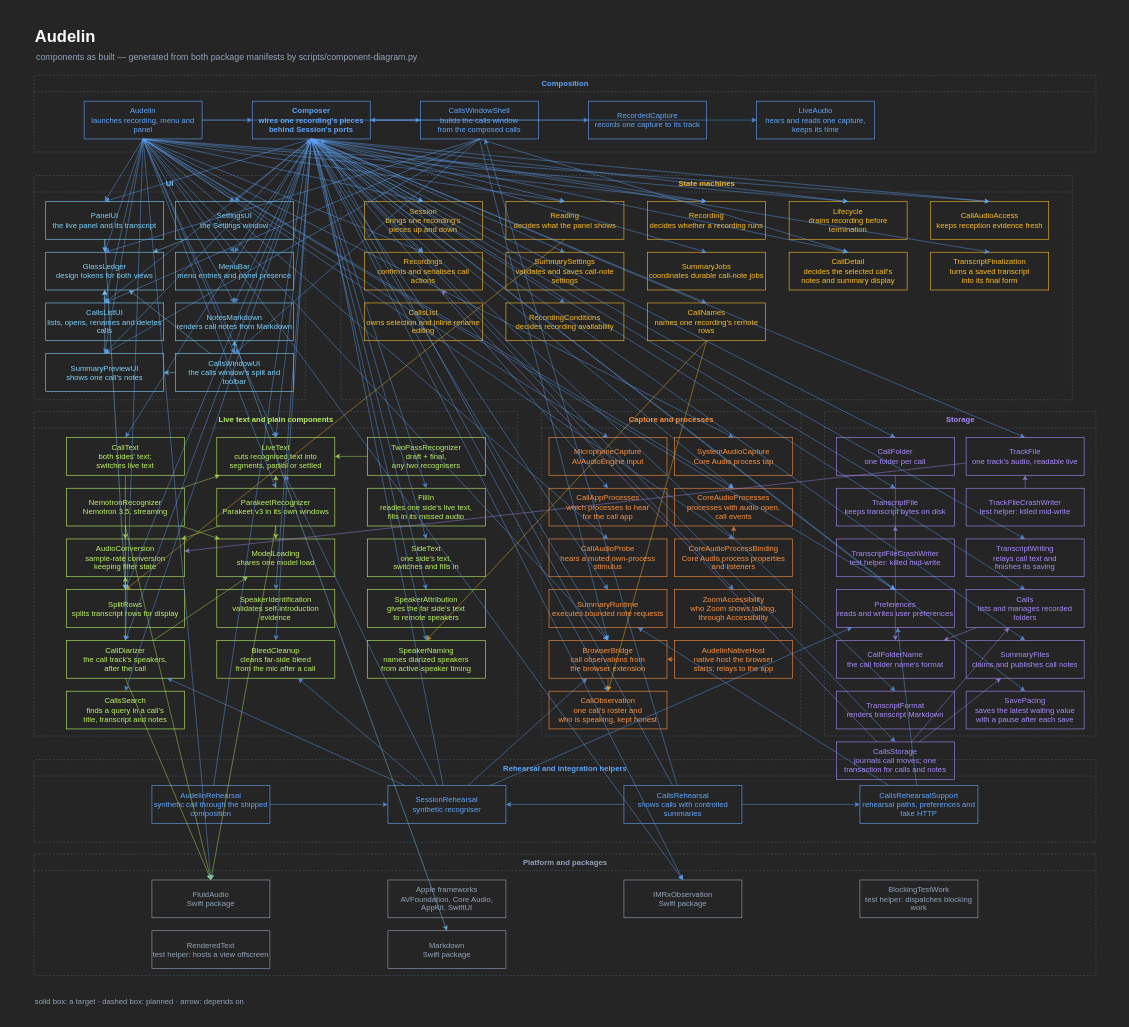
Above: audelin/docs/live-text.drawio in igor1309/ai-labs (draw.io), before the change. Source tidied: cells renumbered, new cells numbered last; positions are measured from the earlier drawing's top-left corner, leaving out a move shared by most shapes. Both pictures are drawn from the tidied source at 59%, with x=0, y=0 at pixel (10, 10).
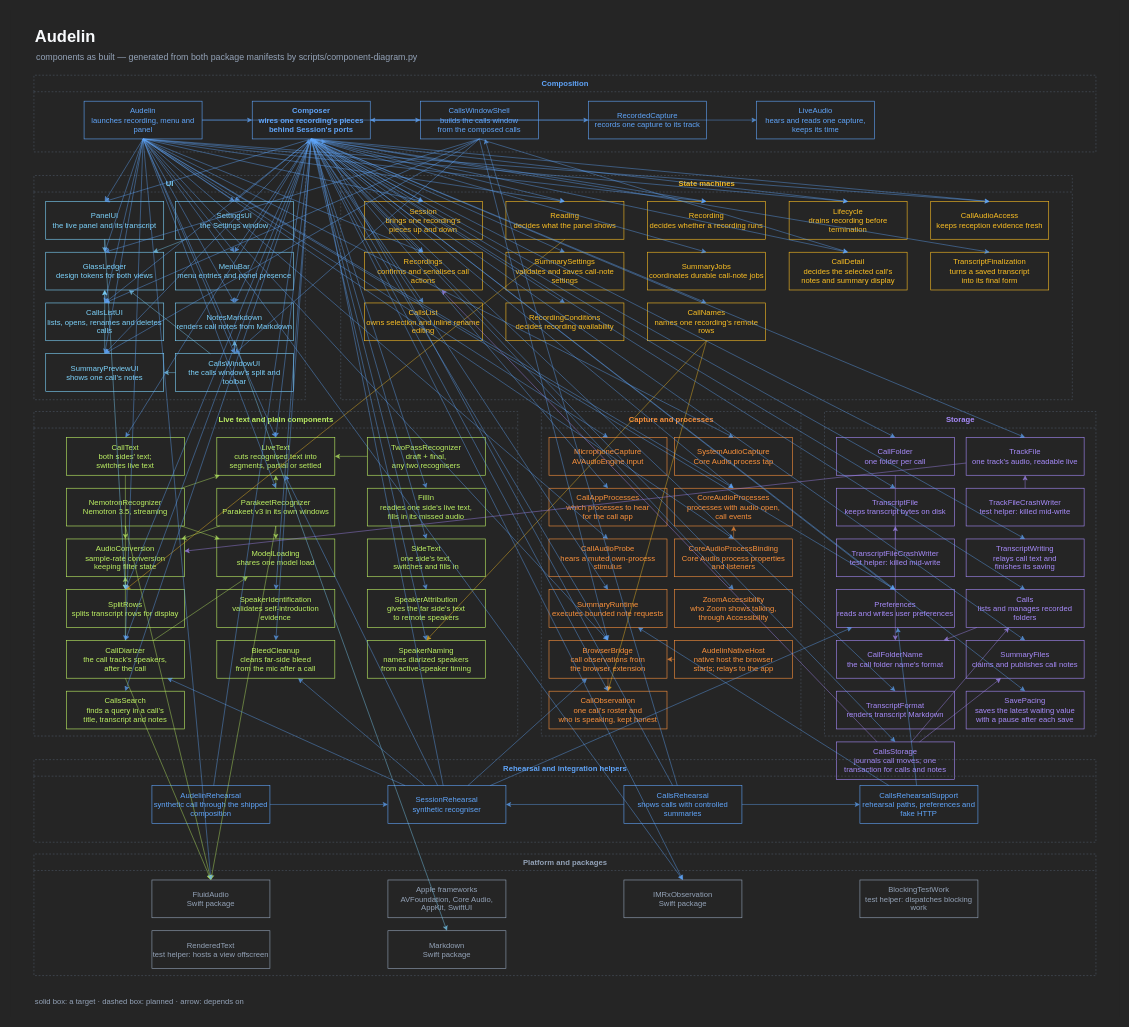
The same page after the edit.

The change refers to these unchanged cells:
```xml
<mxCell id="2" style="rounded=0;whiteSpace=wrap;html=1;fillColor=#252525;strokeColor=none;" parent="1" vertex="1">
<mxCell id="21" value="CallDiarizer&#10;the call track's speakers,&#10;after the call" style="rounded=0;whiteSpace=wrap;html=1;fillColor=#252525;strokeColor=#bef264;fontColor=#bef264;fontSize=13;" parent="9" vertex="1">
<mxCell id="22" value="ZoomAccessibility&#10;who Zoom shows talking,&#10;through Accessibility" style="rounded=0;whiteSpace=wrap;html=1;fillColor=#252525;strokeColor=#fb923c;fontColor=#fb923c;fontSize=13;" parent="10" vertex="1">
<mxCell id="25" value="CallObservation&#10;one call's roster and&#10;who is speaking, kept honest" style="rounded=0;whiteSpace=wrap;html=1;fillColor=#252525;strokeColor=#fb923c;fontColor=#fb923c;fontSize=13;" parent="10" vertex="1">
<mxCell id="26" value="SpeakerNaming&#10;names diarized speakers&#10;from active-speaker timing" style="rounded=0;whiteSpace=wrap;html=1;fillColor=#252525;strokeColor=#bef264;fontColor=#bef264;fontSize=13;" parent="9" vertex="1">
<mxCell id="34" value="RecordedCapture&#10;records one capture to its track" style="rounded=0;whiteSpace=wrap;html=1;fillColor=#252525;strokeColor=#60a5fa;fontColor=#60a5fa;fontSize=13;" parent="6" vertex="1">
<mxCell id="35" value="LiveAudio&#10;hears and reads one capture,&#10;keeps its time" style="rounded=0;whiteSpace=wrap;html=1;fillColor=#252525;strokeColor=#60a5fa;fontColor=#60a5fa;fontSize=13;" parent="6" vertex="1">
<mxCell id="36" value="Composer&#10;wires one recording's pieces&#10;behind Session's ports" style="rounded=0;whiteSpace=wrap;html=1;fillColor=#252525;strokeColor=#60a5fa;fontColor=#60a5fa;fontSize=13;fontStyle=1;" parent="6" vertex="1">
<mxCell id="37" value="Reading&#10;decides what the panel shows" style="rounded=0;whiteSpace=wrap;html=1;fillColor=#252525;strokeColor=#fbbf24;fontColor=#fbbf24;fontSize=13;" parent="8" vertex="1">
<mxCell id="39" value="CallsListUI&#10;lists, opens, renames and deletes calls" style="rounded=0;whiteSpace=wrap;html=1;fillColor=#252525;strokeColor=#7dd3fc;fontColor=#7dd3fc;fontSize=13;" parent="7" vertex="1">
<mxCell id="40" value="NotesMarkdown&#10;renders call notes from Markdown" style="rounded=0;whiteSpace=wrap;html=1;fillColor=#252525;strokeColor=#7dd3fc;fontColor=#7dd3fc;fontSize=13;" parent="7" vertex="1">
<mxCell id="43" value="Recordings&#10;confirms and serialises call actions" style="rounded=0;whiteSpace=wrap;html=1;fillColor=#252525;strokeColor=#fbbf24;fontColor=#fbbf24;fontSize=13;" parent="8" vertex="1">
<mxCell id="47" value="PanelUI&#10;the live panel and its transcript" style="rounded=0;whiteSpace=wrap;html=1;fillColor=#252525;strokeColor=#7dd3fc;fontColor=#7dd3fc;fontSize=13;" parent="7" vertex="1">
<mxCell id="50" value="MenuBar&#10;menu entries and panel presence" style="rounded=0;whiteSpace=wrap;html=1;fillColor=#252525;strokeColor=#7dd3fc;fontColor=#7dd3fc;fontSize=13;" parent="7" vertex="1">
<mxCell id="51" value="TranscriptFinalization&#10;turns a saved transcript&#10;into its final form" style="rounded=0;whiteSpace=wrap;html=1;fillColor=#252525;strokeColor=#fbbf24;fontColor=#fbbf24;fontSize=13;" parent="8" vertex="1">
<mxCell id="52" value="Lifecycle&#10;drains recording before termination" style="rounded=0;whiteSpace=wrap;html=1;fillColor=#252525;strokeColor=#fbbf24;fontColor=#fbbf24;fontSize=13;" parent="8" vertex="1">
<mxCell id="54" value="CallsList&#10;owns selection and inline rename editing" style="rounded=0;whiteSpace=wrap;html=1;fillColor=#252525;strokeColor=#fbbf24;fontColor=#fbbf24;fontSize=13;" parent="8" vertex="1">
<mxCell id="56" value="CallNames&#10;names one recording's remote rows" style="rounded=0;whiteSpace=wrap;html=1;fillColor=#252525;strokeColor=#fbbf24;fontColor=#fbbf24;fontSize=13;" parent="8" vertex="1">
<mxCell id="57" value="CallAudioAccess&#10;keeps reception evidence fresh" style="rounded=0;whiteSpace=wrap;html=1;fillColor=#252525;strokeColor=#fbbf24;fontColor=#fbbf24;fontSize=13;" parent="8" vertex="1">
<mxCell id="58" value="Recording&#10;decides whether a recording runs" style="rounded=0;whiteSpace=wrap;html=1;fillColor=#252525;strokeColor=#fbbf24;fontColor=#fbbf24;fontSize=13;" parent="8" vertex="1">
<mxCell id="59" value="Session&#10;brings one recording's&#10;pieces up and down" style="rounded=0;whiteSpace=wrap;html=1;fillColor=#252525;strokeColor=#fbbf24;fontColor=#fbbf24;fontSize=13;" parent="8" vertex="1">
<mxCell id="60" value="CallFolder&#10;one folder per call" style="rounded=0;whiteSpace=wrap;html=1;fillColor=#252525;strokeColor=#a78bfa;fontColor=#a78bfa;fontSize=13;" parent="11" vertex="1">
<mxCell id="61" value="TrackFile&#10;one track's audio, readable live" style="rounded=0;whiteSpace=wrap;html=1;fillColor=#252525;strokeColor=#a78bfa;fontColor=#a78bfa;fontSize=13;" parent="11" vertex="1">
<mxCell id="62" value="TranscriptFormat&#10;renders transcript Markdown" style="rounded=0;whiteSpace=wrap;html=1;fillColor=#252525;strokeColor=#a78bfa;fontColor=#a78bfa;fontSize=13;" parent="11" vertex="1">
<mxCell id="63" value="TranscriptFile&#10;keeps transcript bytes on disk" style="rounded=0;whiteSpace=wrap;html=1;fillColor=#252525;strokeColor=#a78bfa;fontColor=#a78bfa;fontSize=13;" parent="11" vertex="1">
<mxCell id="66" value="TranscriptWriting&#10;relays call text and&#10;finishes its saving" style="rounded=0;whiteSpace=wrap;html=1;fillColor=#252525;strokeColor=#a78bfa;fontColor=#a78bfa;fontSize=13;" parent="11" vertex="1">
<mxCell id="67" value="SavePacing&#10;saves the latest waiting value&#10;with a pause after each save" style="rounded=0;whiteSpace=wrap;html=1;fillColor=#252525;strokeColor=#a78bfa;fontColor=#a78bfa;fontSize=13;" parent="11" vertex="1">
<mxCell id="69" value="Preferences&#10;reads and writes user preferences" style="rounded=0;whiteSpace=wrap;html=1;fillColor=#252525;strokeColor=#a78bfa;fontColor=#a78bfa;fontSize=13;" parent="11" vertex="1">
<mxCell id="70" value="CallText&#10;both sides' text;&#10;switches live text" style="rounded=0;whiteSpace=wrap;html=1;fillColor=#252525;strokeColor=#bef264;fontColor=#bef264;fontSize=13;" parent="9" vertex="1">
<mxCell id="71" value="LiveText&#10;cuts recognised text into&#10;segments, partial or settled" style="rounded=0;whiteSpace=wrap;html=1;fillColor=#252525;strokeColor=#bef264;fontColor=#bef264;fontSize=13;" parent="9" vertex="1">
<mxCell id="75" value="SideText&#10;one side's text,&#10;switches and fills in" style="rounded=0;whiteSpace=wrap;html=1;fillColor=#252525;strokeColor=#bef264;fontColor=#bef264;fontSize=13;" parent="9" vertex="1">
<mxCell id="76" value="SplitRows&#10;splits transcript rows for display" style="rounded=0;whiteSpace=wrap;html=1;fillColor=#252525;strokeColor=#bef264;fontColor=#bef264;fontSize=13;" parent="9" vertex="1">
<mxCell id="77" value="FillIn&#10;readies one side's live text,&#10;fills in its missed audio" style="rounded=0;whiteSpace=wrap;html=1;fillColor=#252525;strokeColor=#bef264;fontColor=#bef264;fontSize=13;" parent="9" vertex="1">
<mxCell id="83" value="CoreAudioProcesses&#10;processes with audio open,&#10;call events" style="rounded=0;whiteSpace=wrap;html=1;fillColor=#252525;strokeColor=#fb923c;fontColor=#fb923c;fontSize=13;" parent="10" vertex="1">
<mxCell id="85" value="CallAppProcesses&#10;which processes to hear&#10;for the call app" style="rounded=0;whiteSpace=wrap;html=1;fillColor=#252525;strokeColor=#fb923c;fontColor=#fb923c;fontSize=13;" parent="10" vertex="1">
```

The edit, as a diff of the source:
```diff
@@
-    <mxCell id="191" style="exitX=0.5;exitY=1;entryX=0.5;entryY=0;edgeStyle=none;rounded=0;html=1;strokeColor=#60a5fa;opacity=70;endArrow=classic;endFill=1;" parent="2" edge="1" source="36" target="43">
+    <mxCell id="191" style="exitX=0.5;exitY=1;entryX=0.5;entryY=0;edgeStyle=none;rounded=0;html=1;strokeColor=#60a5fa;opacity=70;endArrow=classic;endFill=1;" parent="2" edge="1" source="36" target="54">
       <mxGeometry relative="1" as="geometry" />
     </mxCell>
-    <mxCell id="192" style="exitX=0.5;exitY=1;entryX=0.5;entryY=0;edgeStyle=none;rounded=0;html=1;strokeColor=#60a5fa;opacity=70;endArrow=classic;endFill=1;" parent="2" edge="1" source="36" target="39">
+    <mxCell id="192" style="exitX=0.5;exitY=1;entryX=0.5;entryY=0;edgeStyle=none;rounded=0;html=1;strokeColor=#60a5fa;opacity=70;endArrow=classic;endFill=1;" parent="2" edge="1" source="36" target="43">
       <mxGeometry relative="1" as="geometry" />
     </mxCell>
-    <mxCell id="193" style="exitX=0.5;exitY=1;entryX=0.5;entryY=0;edgeStyle=none;rounded=0;html=1;strokeColor=#60a5fa;opacity=70;endArrow=classic;endFill=1;" parent="2" edge="1" source="36" target="40">
+    <mxCell id="193" style="exitX=0.5;exitY=1;entryX=0.5;entryY=0;edgeStyle=none;rounded=0;html=1;strokeColor=#60a5fa;opacity=70;endArrow=classic;endFill=1;" parent="2" edge="1" source="36" target="39">
       <mxGeometry relative="1" as="geometry" />
     </mxCell>
-    <mxCell id="194" style="exitX=0.5;exitY=1;entryX=0.5;entryY=0;edgeStyle=none;rounded=0;html=1;strokeColor=#60a5fa;opacity=70;endArrow=classic;endFill=1;" parent="2" edge="1" source="36" target="57">
+    <mxCell id="194" style="exitX=0.5;exitY=1;entryX=0.5;entryY=0;edgeStyle=none;rounded=0;html=1;strokeColor=#60a5fa;opacity=70;endArrow=classic;endFill=1;" parent="2" edge="1" source="36" target="40">
       <mxGeometry relative="1" as="geometry" />
     </mxCell>
-    <mxCell id="195" style="exitX=0.5;exitY=1;entryX=0.5;entryY=0;edgeStyle=none;rounded=0;html=1;strokeColor=#60a5fa;opacity=70;endArrow=classic;endFill=1;" parent="2" edge="1" source="36" target="50">
+    <mxCell id="195" style="exitX=0.5;exitY=1;entryX=0.5;entryY=0;edgeStyle=none;rounded=0;html=1;strokeColor=#60a5fa;opacity=70;endArrow=classic;endFill=1;" parent="2" edge="1" source="36" target="57">
       <mxGeometry relative="1" as="geometry" />
     </mxCell>
-    <mxCell id="196" style="exitX=0.5;exitY=1;entryX=0.5;entryY=0;edgeStyle=none;rounded=0;html=1;strokeColor=#60a5fa;opacity=70;endArrow=classic;endFill=1;" parent="2" edge="1" source="36" target="52">
+    <mxCell id="196" style="exitX=0.5;exitY=1;entryX=0.5;entryY=0;edgeStyle=none;rounded=0;html=1;strokeColor=#60a5fa;opacity=70;endArrow=classic;endFill=1;" parent="2" edge="1" source="36" target="50">
       <mxGeometry relative="1" as="geometry" />
     </mxCell>
-    <mxCell id="197" style="edgeStyle=none;rounded=0;html=1;strokeColor=#60a5fa;opacity=70;endArrow=classic;endFill=1;" parent="2" edge="1" source="36" target="35">
+    <mxCell id="197" style="exitX=0.5;exitY=1;entryX=0.5;entryY=0;edgeStyle=none;rounded=0;html=1;strokeColor=#60a5fa;opacity=70;endArrow=classic;endFill=1;" parent="2" edge="1" source="36" target="52">
       <mxGeometry relative="1" as="geometry" />
     </mxCell>
-    <mxCell id="198" style="edgeStyle=none;rounded=0;html=1;strokeColor=#60a5fa;opacity=70;endArrow=classic;endFill=1;" parent="2" edge="1" source="36" target="34">
+    <mxCell id="198" style="edgeStyle=none;rounded=0;html=1;strokeColor=#60a5fa;opacity=70;endArrow=classic;endFill=1;" parent="2" edge="1" source="36" target="35">
       <mxGeometry relative="1" as="geometry" />
     </mxCell>
-    <mxCell id="199" style="exitX=0.5;exitY=1;entryX=0.5;entryY=0;edgeStyle=none;rounded=0;html=1;strokeColor=#60a5fa;opacity=70;endArrow=classic;endFill=1;" parent="2" edge="1" source="36" target="60">
+    <mxCell id="199" style="edgeStyle=none;rounded=0;html=1;strokeColor=#60a5fa;opacity=70;endArrow=classic;endFill=1;" parent="2" edge="1" source="36" target="34">
       <mxGeometry relative="1" as="geometry" />
     </mxCell>
-    <mxCell id="200" style="exitX=0.5;exitY=1;entryX=0.5;entryY=0;edgeStyle=none;rounded=0;html=1;strokeColor=#60a5fa;opacity=70;endArrow=classic;endFill=1;" parent="2" edge="1" source="36" target="85">
+    <mxCell id="200" style="exitX=0.5;exitY=1;entryX=0.5;entryY=0;edgeStyle=none;rounded=0;html=1;strokeColor=#60a5fa;opacity=70;endArrow=classic;endFill=1;" parent="2" edge="1" source="36" target="60">
       <mxGeometry relative="1" as="geometry" />
     </mxCell>
-    <mxCell id="201" style="exitX=0.5;exitY=1;entryX=0.5;entryY=0;edgeStyle=none;rounded=0;html=1;strokeColor=#60a5fa;opacity=70;endArrow=classic;endFill=1;" parent="2" edge="1" source="36" target="83">
+    <mxCell id="201" style="exitX=0.5;exitY=1;entryX=0.5;entryY=0;edgeStyle=none;rounded=0;html=1;strokeColor=#60a5fa;opacity=70;endArrow=classic;endFill=1;" parent="2" edge="1" source="36" target="85">
       <mxGeometry relative="1" as="geometry" />
     </mxCell>
-    <mxCell id="202" style="exitX=0.5;exitY=1;entryX=0.5;entryY=0;edgeStyle=none;rounded=0;html=1;strokeColor=#60a5fa;opacity=70;endArrow=classic;endFill=1;" parent="2" edge="1" source="36" target="69">
+    <mxCell id="202" style="exitX=0.5;exitY=1;entryX=0.5;entryY=0;edgeStyle=none;rounded=0;html=1;strokeColor=#60a5fa;opacity=70;endArrow=classic;endFill=1;" parent="2" edge="1" source="36" target="83">
       <mxGeometry relative="1" as="geometry" />
     </mxCell>
-    <mxCell id="203" style="exitX=0.5;exitY=1;entryX=0.5;entryY=0;edgeStyle=none;rounded=0;html=1;strokeColor=#60a5fa;opacity=70;endArrow=classic;endFill=1;" parent="2" edge="1" source="36" target="58">
+    <mxCell id="203" style="exitX=0.5;exitY=1;entryX=0.5;entryY=0;edgeStyle=none;rounded=0;html=1;strokeColor=#60a5fa;opacity=70;endArrow=classic;endFill=1;" parent="2" edge="1" source="36" target="69">
       <mxGeometry relative="1" as="geometry" />
     </mxCell>
-    <mxCell id="204" style="exitX=0.5;exitY=1;entryX=0.5;entryY=0;edgeStyle=none;rounded=0;html=1;strokeColor=#60a5fa;opacity=70;endArrow=classic;endFill=1;" parent="2" edge="1" source="36" target="59">
+    <mxCell id="204" style="exitX=0.5;exitY=1;entryX=0.5;entryY=0;edgeStyle=none;rounded=0;html=1;strokeColor=#60a5fa;opacity=70;endArrow=classic;endFill=1;" parent="2" edge="1" source="36" target="58">
       <mxGeometry relative="1" as="geometry" />
     </mxCell>
-    <mxCell id="205" style="exitX=0.5;exitY=1;entryX=0.5;entryY=0;edgeStyle=none;rounded=0;html=1;strokeColor=#60a5fa;opacity=70;endArrow=classic;endFill=1;" parent="2" edge="1" source="36" target="70">
+    <mxCell id="205" style="exitX=0.5;exitY=1;entryX=0.5;entryY=0;edgeStyle=none;rounded=0;html=1;strokeColor=#60a5fa;opacity=70;endArrow=classic;endFill=1;" parent="2" edge="1" source="36" target="59">
       <mxGeometry relative="1" as="geometry" />
     </mxCell>
-    <mxCell id="206" style="exitX=0.5;exitY=1;entryX=0.5;entryY=0;edgeStyle=none;rounded=0;html=1;strokeColor=#60a5fa;opacity=70;endArrow=classic;endFill=1;" parent="2" edge="1" source="36" target="75">
+    <mxCell id="206" style="exitX=0.5;exitY=1;entryX=0.5;entryY=0;edgeStyle=none;rounded=0;html=1;strokeColor=#60a5fa;opacity=70;endArrow=classic;endFill=1;" parent="2" edge="1" source="36" target="70">
       <mxGeometry relative="1" as="geometry" />
     </mxCell>
-    <mxCell id="207" style="exitX=0.5;exitY=1;entryX=0.5;entryY=0;edgeStyle=none;rounded=0;html=1;strokeColor=#60a5fa;opacity=70;endArrow=classic;endFill=1;" parent="2" edge="1" source="36" target="77">
+    <mxCell id="207" style="exitX=0.5;exitY=1;entryX=0.5;entryY=0;edgeStyle=none;rounded=0;html=1;strokeColor=#60a5fa;opacity=70;endArrow=classic;endFill=1;" parent="2" edge="1" source="36" target="75">
       <mxGeometry relative="1" as="geometry" />
     </mxCell>
-    <mxCell id="208" style="exitX=0.5;exitY=1;entryX=0.5;entryY=0;edgeStyle=none;rounded=0;html=1;strokeColor=#60a5fa;opacity=70;endArrow=classic;endFill=1;" parent="2" edge="1" source="36" target="71">
+    <mxCell id="208" style="exitX=0.5;exitY=1;entryX=0.5;entryY=0;edgeStyle=none;rounded=0;html=1;strokeColor=#60a5fa;opacity=70;endArrow=classic;endFill=1;" parent="2" edge="1" source="36" target="77">
       <mxGeometry relative="1" as="geometry" />
     </mxCell>
-    <mxCell id="209" style="exitX=0.5;exitY=1;entryX=0.5;entryY=0;edgeStyle=none;rounded=0;html=1;strokeColor=#60a5fa;opacity=70;endArrow=classic;endFill=1;" parent="2" edge="1" source="36" target="61">
+    <mxCell id="209" style="exitX=0.5;exitY=1;entryX=0.5;entryY=0;edgeStyle=none;rounded=0;html=1;strokeColor=#60a5fa;opacity=70;endArrow=classic;endFill=1;" parent="2" edge="1" source="36" target="71">
       <mxGeometry relative="1" as="geometry" />
     </mxCell>
-    <mxCell id="210" style="exitX=0.5;exitY=1;entryX=0.5;entryY=0;edgeStyle=none;rounded=0;html=1;strokeColor=#60a5fa;opacity=70;endArrow=classic;endFill=1;" parent="2" edge="1" source="36" target="62">
+    <mxCell id="210" style="exitX=0.5;exitY=1;entryX=0.5;entryY=0;edgeStyle=none;rounded=0;html=1;strokeColor=#60a5fa;opacity=70;endArrow=classic;endFill=1;" parent="2" edge="1" source="36" target="61">
       <mxGeometry relative="1" as="geometry" />
     </mxCell>
-    <mxCell id="211" style="exitX=0.5;exitY=1;entryX=0.5;entryY=0;edgeStyle=none;rounded=0;html=1;strokeColor=#60a5fa;opacity=70;endArrow=classic;endFill=1;" parent="2" edge="1" source="36" target="63">
+    <mxCell id="211" style="exitX=0.5;exitY=1;entryX=0.5;entryY=0;edgeStyle=none;rounded=0;html=1;strokeColor=#60a5fa;opacity=70;endArrow=classic;endFill=1;" parent="2" edge="1" source="36" target="62">
       <mxGeometry relative="1" as="geometry" />
     </mxCell>
-    <mxCell id="212" style="exitX=0.5;exitY=1;entryX=0.5;entryY=0;edgeStyle=none;rounded=0;html=1;strokeColor=#60a5fa;opacity=70;endArrow=classic;endFill=1;" parent="2" edge="1" source="36" target="66">
+    <mxCell id="212" style="exitX=0.5;exitY=1;entryX=0.5;entryY=0;edgeStyle=none;rounded=0;html=1;strokeColor=#60a5fa;opacity=70;endArrow=classic;endFill=1;" parent="2" edge="1" source="36" target="63">
       <mxGeometry relative="1" as="geometry" />
     </mxCell>
-    <mxCell id="213" style="exitX=0.5;exitY=1;entryX=0.5;entryY=0;edgeStyle=none;rounded=0;html=1;strokeColor=#60a5fa;opacity=70;endArrow=classic;endFill=1;" parent="2" edge="1" source="36" target="51">
+    <mxCell id="213" style="exitX=0.5;exitY=1;entryX=0.5;entryY=0;edgeStyle=none;rounded=0;html=1;strokeColor=#60a5fa;opacity=70;endArrow=classic;endFill=1;" parent="2" edge="1" source="36" target="66">
       <mxGeometry relative="1" as="geometry" />
     </mxCell>
-    <mxCell id="214" style="exitX=0.5;exitY=1;entryX=0.5;entryY=0;edgeStyle=none;rounded=0;html=1;strokeColor=#60a5fa;opacity=70;endArrow=classic;endFill=1;" parent="2" edge="1" source="36" target="67">
+    <mxCell id="214" style="exitX=0.5;exitY=1;entryX=0.5;entryY=0;edgeStyle=none;rounded=0;html=1;strokeColor=#60a5fa;opacity=70;endArrow=classic;endFill=1;" parent="2" edge="1" source="36" target="51">
       <mxGeometry relative="1" as="geometry" />
     </mxCell>
-    <mxCell id="215" style="exitX=0.5;exitY=1;entryX=0.5;entryY=0;edgeStyle=none;rounded=0;html=1;strokeColor=#60a5fa;opacity=70;endArrow=classic;endFill=1;" parent="2" edge="1" source="36" target="37">
+    <mxCell id="215" style="exitX=0.5;exitY=1;entryX=0.5;entryY=0;edgeStyle=none;rounded=0;html=1;strokeColor=#60a5fa;opacity=70;endArrow=classic;endFill=1;" parent="2" edge="1" source="36" target="67">
       <mxGeometry relative="1" as="geometry" />
     </mxCell>
-    <mxCell id="216" style="exitX=0.5;exitY=1;entryX=0.5;entryY=0;edgeStyle=none;rounded=0;html=1;strokeColor=#60a5fa;opacity=70;endArrow=classic;endFill=1;" parent="2" edge="1" source="36" target="47">
+    <mxCell id="216" style="exitX=0.5;exitY=1;entryX=0.5;entryY=0;edgeStyle=none;rounded=0;html=1;strokeColor=#60a5fa;opacity=70;endArrow=classic;endFill=1;" parent="2" edge="1" source="36" target="37">
       <mxGeometry relative="1" as="geometry" />
     </mxCell>
-    <mxCell id="217" style="exitX=0.5;exitY=1;entryX=0.5;entryY=0;edgeStyle=none;rounded=0;html=1;strokeColor=#60a5fa;opacity=70;endArrow=classic;endFill=1;" parent="2" edge="1" source="36" target="76">
+    <mxCell id="217" style="exitX=0.5;exitY=1;entryX=0.5;entryY=0;edgeStyle=none;rounded=0;html=1;strokeColor=#60a5fa;opacity=70;endArrow=classic;endFill=1;" parent="2" edge="1" source="36" target="47">
       <mxGeometry relative="1" as="geometry" />
     </mxCell>
-    <mxCell id="218" style="exitX=0.5;exitY=1;entryX=0.5;entryY=0;edgeStyle=none;rounded=0;html=1;strokeColor=#60a5fa;opacity=70;endArrow=classic;endFill=1;" parent="2" edge="1" source="36" target="25">
+    <mxCell id="218" style="exitX=0.5;exitY=1;entryX=0.5;entryY=0;edgeStyle=none;rounded=0;html=1;strokeColor=#60a5fa;opacity=70;endArrow=classic;endFill=1;" parent="2" edge="1" source="36" target="76">
       <mxGeometry relative="1" as="geometry" />
     </mxCell>
-    <mxCell id="219" style="exitX=0.5;exitY=1;entryX=0.5;entryY=0;edgeStyle=none;rounded=0;html=1;strokeColor=#60a5fa;opacity=70;endArrow=classic;endFill=1;" parent="2" edge="1" source="36" target="56">
+    <mxCell id="219" style="exitX=0.5;exitY=1;entryX=0.5;entryY=0;edgeStyle=none;rounded=0;html=1;strokeColor=#60a5fa;opacity=70;endArrow=classic;endFill=1;" parent="2" edge="1" source="36" target="25">
       <mxGeometry relative="1" as="geometry" />
     </mxCell>
-    <mxCell id="220" style="exitX=0.5;exitY=1;entryX=0.5;entryY=0;edgeStyle=none;rounded=0;html=1;strokeColor=#60a5fa;opacity=70;endArrow=classic;endFill=1;" parent="2" edge="1" source="36" target="26">
+    <mxCell id="220" style="exitX=0.5;exitY=1;entryX=0.5;entryY=0;edgeStyle=none;rounded=0;html=1;strokeColor=#60a5fa;opacity=70;endArrow=classic;endFill=1;" parent="2" edge="1" source="36" target="56">
       <mxGeometry relative="1" as="geometry" />
     </mxCell>
-    <mxCell id="221" style="exitX=0.5;exitY=1;entryX=0.5;entryY=0;edgeStyle=none;rounded=0;html=1;strokeColor=#60a5fa;opacity=70;endArrow=classic;endFill=1;" parent="2" edge="1" source="36" target="22">
+    <mxCell id="221" style="exitX=0.5;exitY=1;entryX=0.5;entryY=0;edgeStyle=none;rounded=0;html=1;strokeColor=#60a5fa;opacity=70;endArrow=classic;endFill=1;" parent="2" edge="1" source="36" target="26">
       <mxGeometry relative="1" as="geometry" />
     </mxCell>
-    <mxCell id="222" style="exitX=0.5;exitY=1;entryX=0.5;entryY=0;edgeStyle=none;rounded=0;html=1;strokeColor=#60a5fa;opacity=70;endArrow=classic;endFill=1;" parent="2" edge="1" source="36" target="21">
+    <mxCell id="222" style="exitX=0.5;exitY=1;entryX=0.5;entryY=0;edgeStyle=none;rounded=0;html=1;strokeColor=#60a5fa;opacity=70;endArrow=classic;endFill=1;" parent="2" edge="1" source="36" target="22">
       <mxGeometry relative="1" as="geometry" />
     </mxCell>
+    <mxCell id="223" style="exitX=0.5;exitY=1;entryX=0.5;entryY=0;edgeStyle=none;rounded=0;html=1;strokeColor=#60a5fa;opacity=70;endArrow=classic;endFill=1;" parent="2" edge="1" source="36" target="21">
+      <mxGeometry relative="1" as="geometry" />
+    </mxCell>
```
